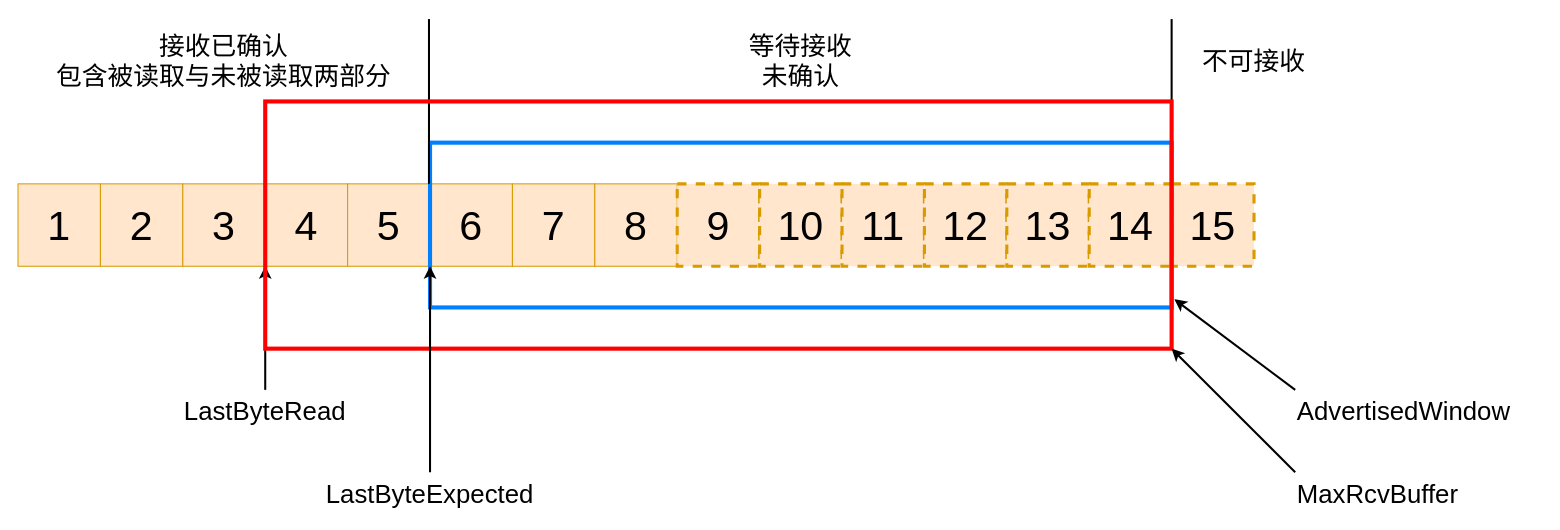
Earlier version of the draw.io diagram pics/network/tcp/5tcp-接收方缓冲队列.drawio (niegl4/docs). Source tidied: cells renumbered, new cells numbered last; positions are measured from the earlier drawing's top-left corner, leaving out a move shared by most shapes. Both pictures are drawn from the tidied source at 103%, with x=0, y=0 at pixel (18, 19).
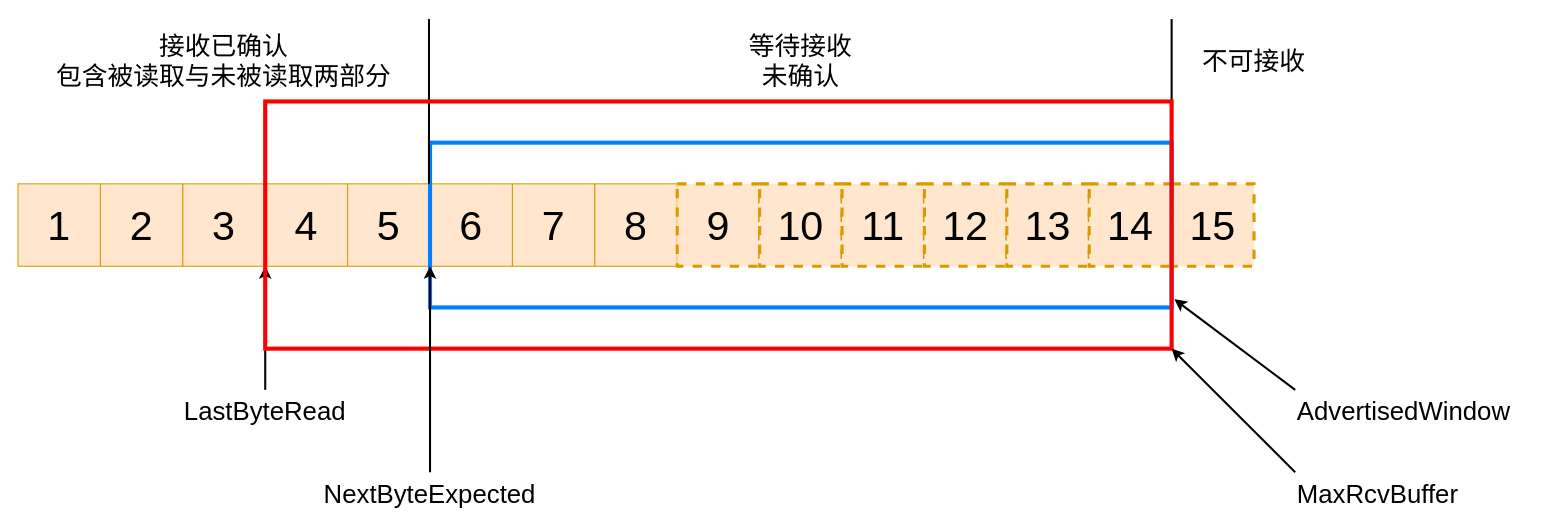
Above is the later version.

Diff of the diagram source:
```diff
@@
-    <mxCell id="31" value="&lt;span style=&quot;font-size: 25px&quot;&gt;LastByteExpected&lt;br&gt;&lt;/span&gt;" style="text;html=1;strokeColor=none;fillColor=none;align=center;verticalAlign=middle;whiteSpace=wrap;rounded=0;" parent="1" vertex="1">
+    <mxCell id="31" value="&lt;span style=&quot;font-size: 25px&quot;&gt;NextByteExpected&lt;br&gt;&lt;/span&gt;" style="text;html=1;strokeColor=none;fillColor=none;align=center;verticalAlign=middle;whiteSpace=wrap;rounded=0;" parent="1" vertex="1">
       <mxGeometry x="300" y="440" width="200" height="40" as="geometry" />
     </mxCell>
```
